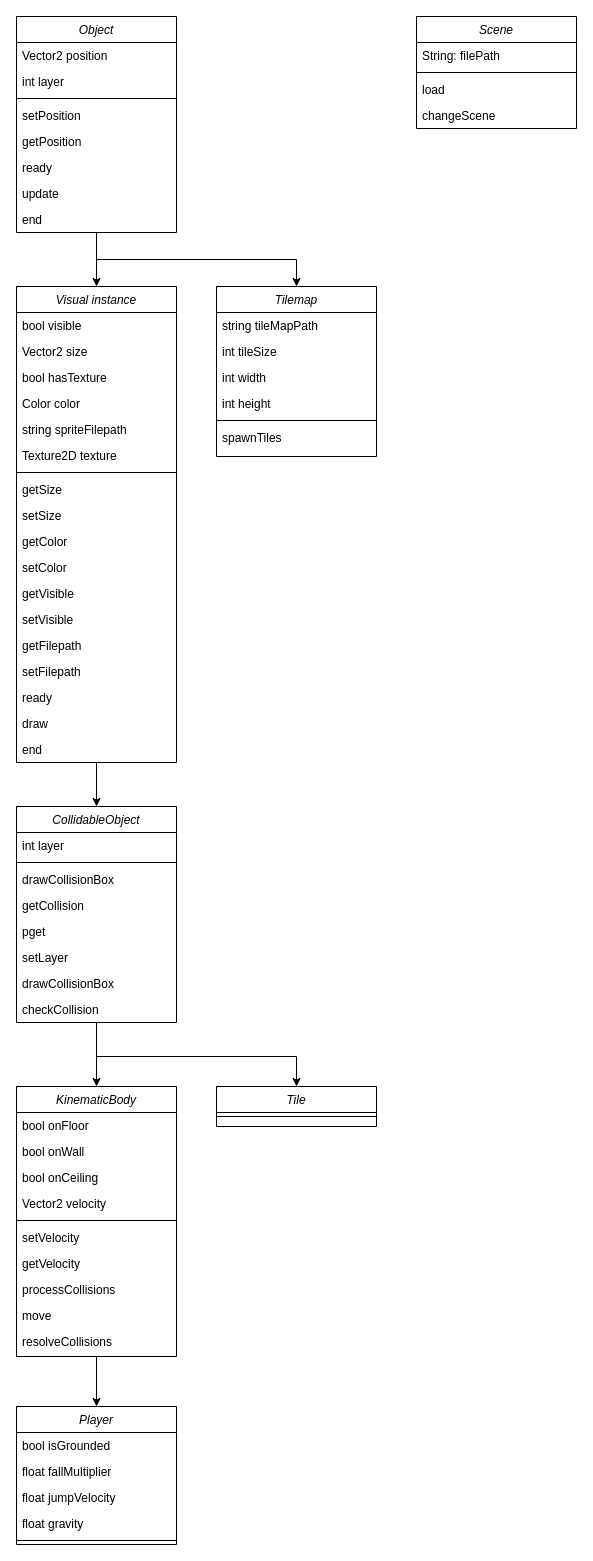
Before: Merlin-structure.drawio in LeonStansfield/merlin, a draw.io diagram. Source tidied: cells renumbered, new cells numbered last; positions are measured from the earlier drawing's top-left corner, leaving out a move shared by most shapes. Both pictures are drawn from the tidied source at 100%, with x=0, y=0 at pixel (16, 16).
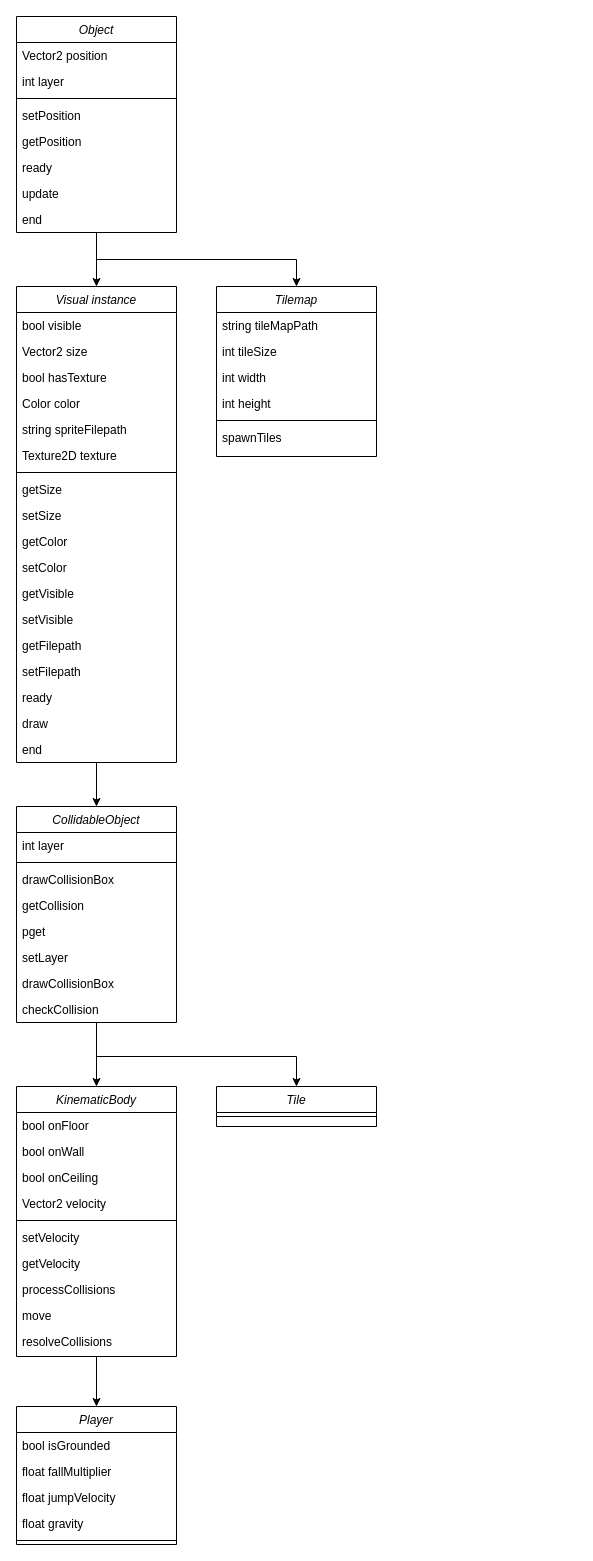
The same diagram, later.

The edit, as a diff of the source:
```diff
@@
-    <mxCell id="69" value="Scene" style="swimlane;fontStyle=2;align=center;verticalAlign=top;horizontal=1;startSize=26;rounded=0;shadow=0;strokeWidth=1;" parent="1" vertex="1">
-      <mxGeometry x="400" width="160" height="112" as="geometry" />
-    </mxCell>
-    <mxCell id="70" value="String: filePath" style="text;align=left;verticalAlign=top;spacingLeft=4;spacingRight=4;overflow=hidden;" parent="69" vertex="1">
-      <mxGeometry y="26" width="160" height="26" as="geometry" />
-    </mxCell>
-    <mxCell id="71" style="line;html=1;strokeWidth=1;align=left;verticalAlign=middle;spacingTop=-1;spacingLeft=3;spacingRight=3;labelPosition=right;" parent="69" vertex="1">
-      <mxGeometry y="52" width="160" height="8" as="geometry" />
-    </mxCell>
-    <mxCell id="72" value="load" style="text;align=left;verticalAlign=top;spacingLeft=4;spacingRight=4;overflow=hidden;" parent="69" vertex="1">
-      <mxGeometry y="60" width="160" height="26" as="geometry" />
-    </mxCell>
-    <mxCell id="73" value="changeScene" style="text;align=left;verticalAlign=top;spacingLeft=4;spacingRight=4;overflow=hidden;" parent="69" vertex="1">
-      <mxGeometry y="86" width="160" height="26" as="geometry" />
-    </mxCell>
```
